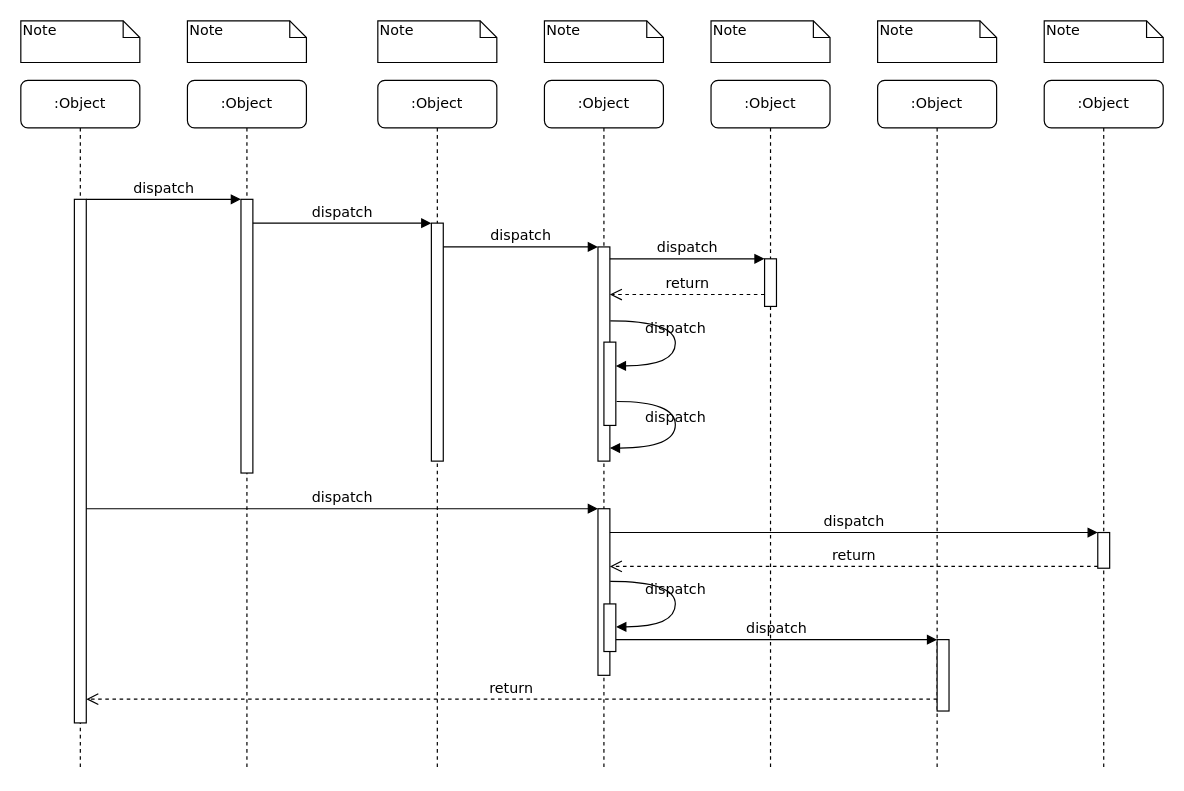
The draw.io diagram 时序图.drawio in 17734671027/draw, before the edit. Source tidied: cells renumbered, new cells numbered last; positions are measured from the earlier drawing's top-left corner, leaving out a move shared by most shapes. Both pictures are drawn from the tidied source at 119%, with x=0, y=0 at pixel (20, 20).
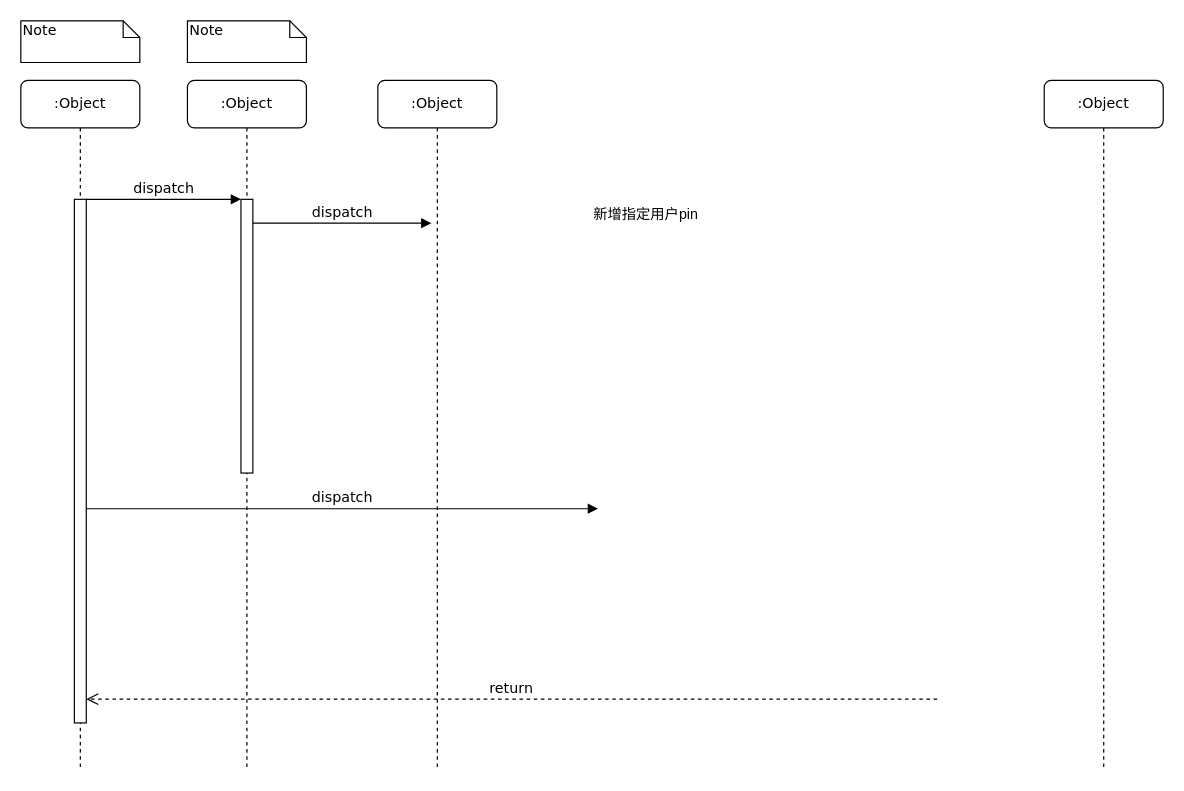
After the change.

Commit message:
更新时序图.drawio

The change refers to these unchanged cells:
```xml
<mxCell id="3" style="html=1;points=[];perimeter=orthogonalPerimeter;rounded=0;shadow=0;comic=0;labelBackgroundColor=none;strokeWidth=1;fontFamily=Verdana;fontSize=12;align=center;" parent="2" vertex="1">
  <mxGeometry x="45" y="100" width="10" height="230" as="geometry" />
</mxCell>
<mxCell id="4" value=":Object" style="shape=umlLifeline;perimeter=lifelinePerimeter;whiteSpace=wrap;html=1;rounded=1;shadow=0;comic=0;labelBackgroundColor=none;strokeWidth=1;fontFamily=Verdana;fontSize=12;align=center;" parent="1" vertex="1">
  <mxGeometry x="300" y="50" width="100" height="580" as="geometry" />
</mxCell>
<mxCell id="11" style="html=1;points=[];perimeter=orthogonalPerimeter;rounded=0;shadow=0;comic=0;labelBackgroundColor=none;strokeWidth=1;fontFamily=Verdana;fontSize=12;align=center;" parent="10" vertex="1">
  <mxGeometry x="45" y="100" width="10" height="440" as="geometry" />
</mxCell>
```

Diff of the diagram source:
```diff
@@
-    <mxCell id="5" style="html=1;points=[];perimeter=orthogonalPerimeter;rounded=0;shadow=0;comic=0;labelBackgroundColor=none;strokeWidth=1;fontFamily=Verdana;fontSize=12;align=center;" parent="4" vertex="1">
-      <mxGeometry x="45" y="120" width="10" height="200" as="geometry" />
-    </mxCell>
-    <mxCell id="6" value=":Object" style="shape=umlLifeline;perimeter=lifelinePerimeter;whiteSpace=wrap;html=1;rounded=1;shadow=0;comic=0;labelBackgroundColor=none;strokeWidth=1;fontFamily=Verdana;fontSize=12;align=center;" parent="1" vertex="1">
-      <mxGeometry x="440" y="50" width="100" height="580" as="geometry" />
-    </mxCell>
-    <mxCell id="7" value=":Object" style="shape=umlLifeline;perimeter=lifelinePerimeter;whiteSpace=wrap;html=1;rounded=1;shadow=0;comic=0;labelBackgroundColor=none;strokeWidth=1;fontFamily=Verdana;fontSize=12;align=center;" parent="1" vertex="1">
-      <mxGeometry x="580" y="50" width="100" height="580" as="geometry" />
-    </mxCell>
-    <mxCell id="8" value=":Object" style="shape=umlLifeline;perimeter=lifelinePerimeter;whiteSpace=wrap;html=1;rounded=1;shadow=0;comic=0;labelBackgroundColor=none;strokeWidth=1;fontFamily=Verdana;fontSize=12;align=center;" parent="1" vertex="1">
-      <mxGeometry x="720" y="50" width="100" height="580" as="geometry" />
-    </mxCell>
@@
-    <mxCell id="12" style="html=1;points=[];perimeter=orthogonalPerimeter;rounded=0;shadow=0;comic=0;labelBackgroundColor=none;strokeWidth=1;fontFamily=Verdana;fontSize=12;align=center;" parent="1" vertex="1">
-      <mxGeometry x="485" y="190" width="10" height="180" as="geometry" />
-    </mxCell>
-    <mxCell id="13" value="dispatch" style="html=1;verticalAlign=bottom;endArrow=block;labelBackgroundColor=none;fontFamily=Verdana;fontSize=12;edgeStyle=elbowEdgeStyle;elbow=vertical;" parent="1" edge="1" source="5" target="12">
-      <mxGeometry relative="1" as="geometry">
-        <Array as="points">
-          <mxPoint x="360" y="190" />
-        </Array>
-      </mxGeometry>
-    </mxCell>
-    <mxCell id="14" style="html=1;points=[];perimeter=orthogonalPerimeter;rounded=0;shadow=0;comic=0;labelBackgroundColor=none;strokeWidth=1;fontFamily=Verdana;fontSize=12;align=center;" parent="1" vertex="1">
-      <mxGeometry x="625" y="200" width="10" height="40" as="geometry" />
-    </mxCell>
-    <mxCell id="15" value="dispatch" style="html=1;verticalAlign=bottom;endArrow=block;entryX=0;entryY=0;labelBackgroundColor=none;fontFamily=Verdana;fontSize=12;edgeStyle=elbowEdgeStyle;elbow=vertical;" parent="1" edge="1" source="12" target="14">
-      <mxGeometry relative="1" as="geometry" />
-    </mxCell>
-    <mxCell id="16" value="return" style="html=1;verticalAlign=bottom;endArrow=open;dashed=1;endSize=8;labelBackgroundColor=none;fontFamily=Verdana;fontSize=12;edgeStyle=elbowEdgeStyle;elbow=vertical;" parent="1" edge="1" source="14" target="12">
-      <mxGeometry relative="1" as="geometry">
-        <Array as="points">
-          <mxPoint x="570" y="230" />
-          <mxPoint x="600" y="230" />
-        </Array>
-      </mxGeometry>
-    </mxCell>
-    <mxCell id="17" style="html=1;points=[];perimeter=orthogonalPerimeter;rounded=0;shadow=0;comic=0;labelBackgroundColor=none;strokeWidth=1;fontFamily=Verdana;fontSize=12;align=center;" parent="1" vertex="1">
-      <mxGeometry x="485" y="410" width="10" height="140" as="geometry" />
-    </mxCell>
-    <mxCell id="18" value="dispatch" style="html=1;verticalAlign=bottom;endArrow=block;entryX=0;entryY=0;labelBackgroundColor=none;fontFamily=Verdana;fontSize=12;" parent="1" edge="1" source="11" target="17">
-      <mxGeometry relative="1" as="geometry" />
+    <mxCell id="18" value="dispatch" style="html=1;verticalAlign=bottom;endArrow=block;entryX=0;entryY=0;labelBackgroundColor=none;fontFamily=Verdana;fontSize=12;" parent="1" edge="1" source="11">
+      <mxGeometry relative="1" as="geometry">
+        <mxPoint x="485" y="410" as="targetPoint" />
+      </mxGeometry>
     </mxCell>
-    <mxCell id="19" style="html=1;points=[];perimeter=orthogonalPerimeter;rounded=0;shadow=0;comic=0;labelBackgroundColor=none;strokeColor=#000000;strokeWidth=1;fillColor=#FFFFFF;fontFamily=Verdana;fontSize=12;fontColor=#000000;align=center;" parent="1" vertex="1">
-      <mxGeometry x="905" y="430" width="10" height="30" as="geometry" />
-    </mxCell>
-    <mxCell id="20" value="dispatch" style="html=1;verticalAlign=bottom;endArrow=block;entryX=0;entryY=0;labelBackgroundColor=none;fontFamily=Verdana;fontSize=12;" parent="1" edge="1" source="17" target="19">
-      <mxGeometry relative="1" as="geometry" />
-    </mxCell>
-    <mxCell id="21" value="return" style="html=1;verticalAlign=bottom;endArrow=open;dashed=1;endSize=8;exitX=0;exitY=0.95;labelBackgroundColor=none;fontFamily=Verdana;fontSize=12;" parent="1" edge="1" source="19" target="17">
-      <mxGeometry relative="1" as="geometry" />
-    </mxCell>
-    <mxCell id="22" style="html=1;points=[];perimeter=orthogonalPerimeter;rounded=0;shadow=0;comic=0;labelBackgroundColor=none;strokeWidth=1;fontFamily=Verdana;fontSize=12;align=center;" parent="1" vertex="1">
-      <mxGeometry x="770" y="520" width="10" height="60" as="geometry" />
-    </mxCell>
-    <mxCell id="23" value="dispatch" style="html=1;verticalAlign=bottom;endArrow=block;entryX=0;entryY=0;labelBackgroundColor=none;fontFamily=Verdana;fontSize=12;edgeStyle=elbowEdgeStyle;elbow=vertical;" parent="1" edge="1" source="30" target="22">
-      <mxGeometry relative="1" as="geometry" />
-    </mxCell>
-    <mxCell id="24" value="return" style="html=1;verticalAlign=bottom;endArrow=open;dashed=1;endSize=8;labelBackgroundColor=none;fontFamily=Verdana;fontSize=12;edgeStyle=elbowEdgeStyle;elbow=vertical;" parent="1" edge="1" source="22" target="11">
+    <mxCell id="24" value="return" style="html=1;verticalAlign=bottom;endArrow=open;dashed=1;endSize=8;labelBackgroundColor=none;fontFamily=Verdana;fontSize=12;edgeStyle=elbowEdgeStyle;elbow=vertical;" parent="1" edge="1" target="11">
       <mxGeometry relative="1" as="geometry">
+        <mxPoint x="770" y="570" as="sourcePoint" />
         <Array as="points">
           <mxPoint x="470" y="570" />
         </Array>
       </mxGeometry>
     </mxCell>
@@
-    <mxCell id="26" value="dispatch" style="html=1;verticalAlign=bottom;endArrow=block;entryX=0;entryY=0;labelBackgroundColor=none;fontFamily=Verdana;fontSize=12;edgeStyle=elbowEdgeStyle;elbow=vertical;" parent="1" edge="1" source="3" target="5">
-      <mxGeometry relative="1" as="geometry" />
+    <mxCell id="26" value="dispatch" style="html=1;verticalAlign=bottom;endArrow=block;entryX=0;entryY=0;labelBackgroundColor=none;fontFamily=Verdana;fontSize=12;edgeStyle=elbowEdgeStyle;elbow=vertical;" parent="1" edge="1" source="3">
+      <mxGeometry relative="1" as="geometry">
+        <mxPoint x="345" y="170" as="targetPoint" />
+      </mxGeometry>
     </mxCell>
-    <mxCell id="27" style="html=1;points=[];perimeter=orthogonalPerimeter;rounded=0;shadow=0;comic=0;labelBackgroundColor=none;strokeWidth=1;fontFamily=Verdana;fontSize=12;align=center;" parent="1" vertex="1">
-      <mxGeometry x="490" y="270" width="10" height="70" as="geometry" />
-    </mxCell>
-    <mxCell id="28" value="dispatch" style="html=1;verticalAlign=bottom;endArrow=block;labelBackgroundColor=none;fontFamily=Verdana;fontSize=12;elbow=vertical;edgeStyle=orthogonalEdgeStyle;curved=1;entryX=1;entryY=0.286;entryPerimeter=0;exitX=1.038;exitY=0.345;exitPerimeter=0;" parent="1" edge="1" source="12" target="27">
-      <mxGeometry relative="1" as="geometry">
-        <Array as="points">
-          <mxPoint x="550" y="252" />
-          <mxPoint x="550" y="290" />
-        </Array>
-      </mxGeometry>
-    </mxCell>
-    <mxCell id="29" value="dispatch" style="html=1;verticalAlign=bottom;endArrow=block;labelBackgroundColor=none;fontFamily=Verdana;fontSize=12;elbow=vertical;edgeStyle=orthogonalEdgeStyle;curved=1;exitX=1.066;exitY=0.713;exitPerimeter=0;" parent="1" edge="1" source="27">
-      <mxGeometry relative="1" as="geometry">
-        <mxPoint x="495" y="359" as="targetPoint" />
-        <Array as="points">
-          <mxPoint x="550" y="320" />
-          <mxPoint x="550" y="359" />
-        </Array>
-      </mxGeometry>
-    </mxCell>
-    <mxCell id="30" style="html=1;points=[];perimeter=orthogonalPerimeter;rounded=0;shadow=0;comic=0;labelBackgroundColor=none;strokeWidth=1;fontFamily=Verdana;fontSize=12;align=center;" parent="1" vertex="1">
-      <mxGeometry x="490" y="490" width="10" height="40" as="geometry" />
-    </mxCell>
-    <mxCell id="31" value="dispatch" style="html=1;verticalAlign=bottom;endArrow=block;labelBackgroundColor=none;fontFamily=Verdana;fontSize=12;elbow=vertical;edgeStyle=orthogonalEdgeStyle;curved=1;entryX=1;entryY=0.286;entryPerimeter=0;exitX=1.038;exitY=0.345;exitPerimeter=0;" parent="1" edge="1">
-      <mxGeometry relative="1" as="geometry">
-        <mxPoint x="495.3" y="471" as="sourcePoint" />
-        <mxPoint x="500.3" y="509.3" as="targetPoint" />
-        <Array as="points">
-          <mxPoint x="550" y="471" />
-          <mxPoint x="550" y="509" />
-        </Array>
-      </mxGeometry>
-    </mxCell>
@@
-    <mxCell id="34" value="Note" style="shape=note;whiteSpace=wrap;html=1;size=14;verticalAlign=top;align=left;spacingTop=-6;rounded=0;shadow=0;comic=0;labelBackgroundColor=none;strokeWidth=1;fontFamily=Verdana;fontSize=12;" parent="1" vertex="1">
-      <mxGeometry x="300" width="100" height="35" as="geometry" />
-    </mxCell>
-    <mxCell id="35" value="Note" style="shape=note;whiteSpace=wrap;html=1;size=14;verticalAlign=top;align=left;spacingTop=-6;rounded=0;shadow=0;comic=0;labelBackgroundColor=none;strokeWidth=1;fontFamily=Verdana;fontSize=12;" parent="1" vertex="1">
-      <mxGeometry x="440" width="100" height="35" as="geometry" />
-    </mxCell>
-    <mxCell id="36" value="Note" style="shape=note;whiteSpace=wrap;html=1;size=14;verticalAlign=top;align=left;spacingTop=-6;rounded=0;shadow=0;comic=0;labelBackgroundColor=none;strokeWidth=1;fontFamily=Verdana;fontSize=12;" parent="1" vertex="1">
-      <mxGeometry x="580" width="100" height="35" as="geometry" />
-    </mxCell>
-    <mxCell id="37" value="Note" style="shape=note;whiteSpace=wrap;html=1;size=14;verticalAlign=top;align=left;spacingTop=-6;rounded=0;shadow=0;comic=0;labelBackgroundColor=none;strokeWidth=1;fontFamily=Verdana;fontSize=12;" parent="1" vertex="1">
-      <mxGeometry x="720" width="100" height="35" as="geometry" />
-    </mxCell>
-    <mxCell id="38" value="Note" style="shape=note;whiteSpace=wrap;html=1;size=14;verticalAlign=top;align=left;spacingTop=-6;rounded=0;shadow=0;comic=0;labelBackgroundColor=none;strokeWidth=1;fontFamily=Verdana;fontSize=12;" parent="1" vertex="1">
-      <mxGeometry x="860" width="100" height="35" as="geometry" />
-    </mxCell>
+    <mxCell id="39" value="新增指定用户pin" style="text;html=1;align=center;verticalAlign=middle;strokeColor=none;fillColor=none;" parent="1" vertex="1">
+      <mxGeometry x="470" y="148" width="110" height="30" as="geometry" />
+    </mxCell>
```
